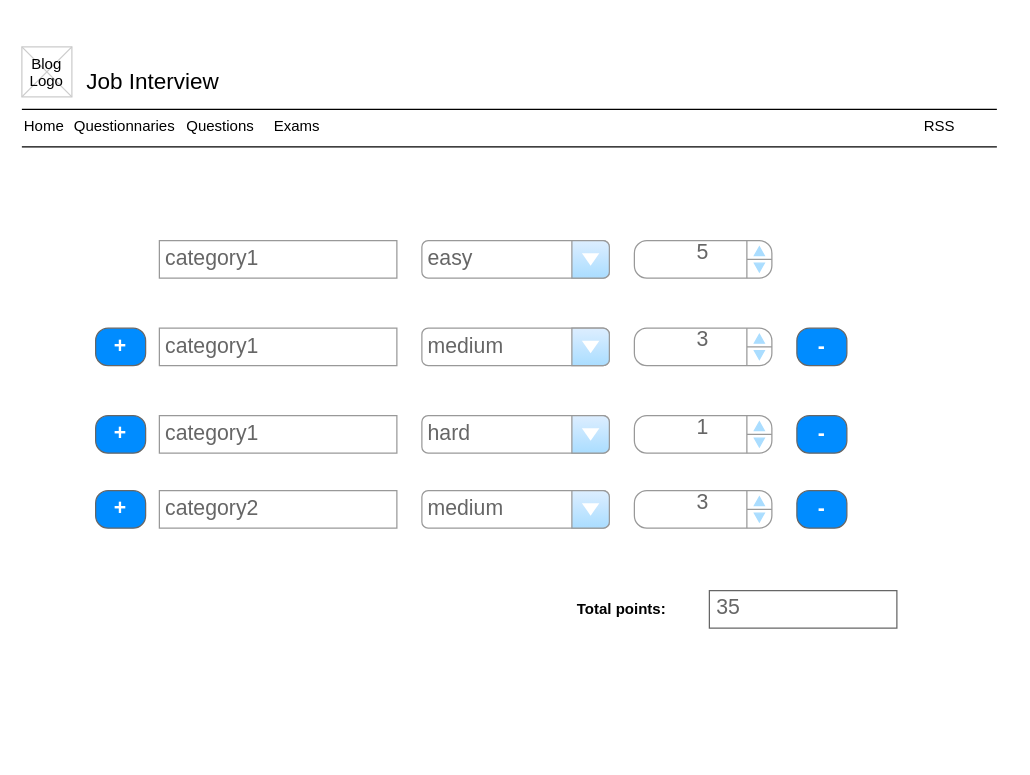
This is questionnaire.drawio from marina-bozic/s3-terraform, a draw.io file, before an edit. Source tidied: cells renumbered, new cells numbered last; positions are measured from the earlier drawing's top-left corner, leaving out a move shared by most shapes. Both pictures are drawn from the tidied source at 125%, with x=0, y=0 at pixel (21, 46).
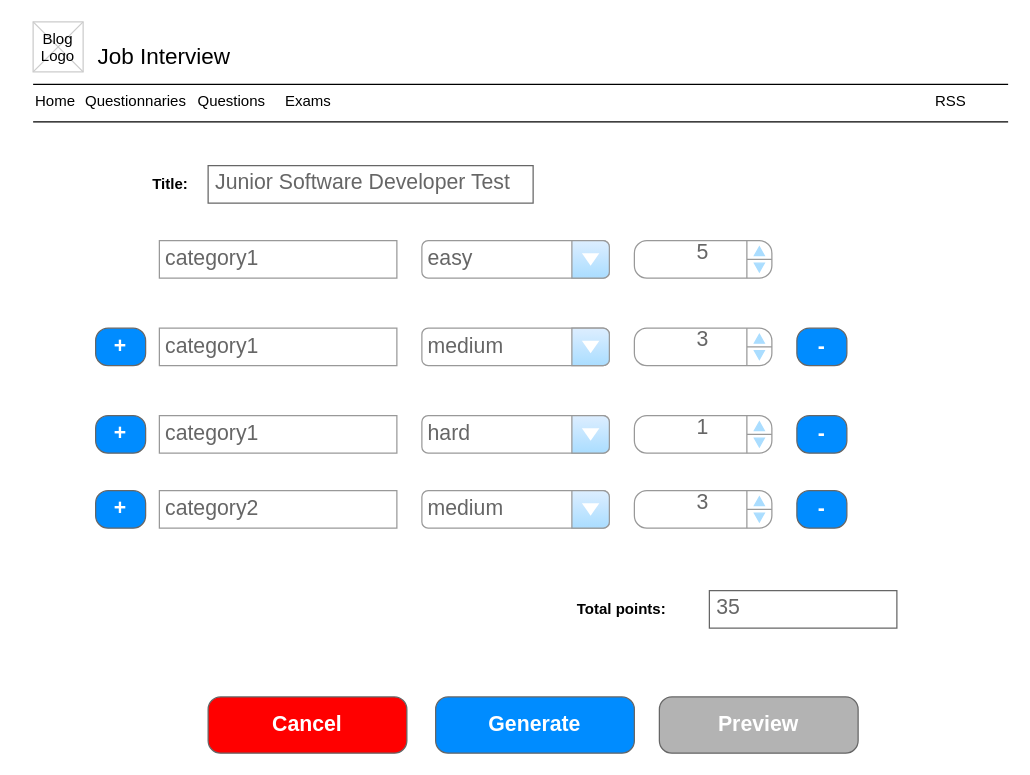
The same page after the edit.

What changed in the source:
```diff
@@
     <mxCell id="2" value="Job Interview" style="text;spacingTop=-5;fontSize=18;fontStyle=0;" parent="1" vertex="1">
-      <mxGeometry x="50" y="15" width="230" height="20" as="geometry" />
+      <mxGeometry x="59" y="-5" width="230" height="20" as="geometry" />
     </mxCell>
     <mxCell id="3" style="line;strokeWidth=1;" parent="1" vertex="1">
-      <mxGeometry y="45" width="780" height="10" as="geometry" />
+      <mxGeometry x="9" y="25" width="780" height="10" as="geometry" />
     </mxCell>
     <mxCell id="4" style="line;strokeWidth=1;" parent="1" vertex="1">
-      <mxGeometry y="75" width="780" height="10" as="geometry" />
+      <mxGeometry x="9" y="55" width="780" height="10" as="geometry" />
     </mxCell>
     <mxCell id="5" value="Home" style="text;spacingTop=-5;" parent="1" vertex="1">
-      <mxGeometry y="55" width="30" height="20" as="geometry" />
+      <mxGeometry x="9" y="35" width="30" height="20" as="geometry" />
     </mxCell>
     <mxCell id="6" value="Questionnaries" style="text;spacingTop=-5;" parent="1" vertex="1">
-      <mxGeometry x="40" y="55" width="30" height="20" as="geometry" />
+      <mxGeometry x="49" y="35" width="30" height="20" as="geometry" />
     </mxCell>
     <mxCell id="7" value="RSS" style="text;spacingTop=-5;" parent="1" vertex="1">
-      <mxGeometry x="720" y="55" width="30" height="20" as="geometry" />
+      <mxGeometry x="729" y="35" width="30" height="20" as="geometry" />
     </mxCell>
     <mxCell id="8" style="verticalLabelPosition=bottom;verticalAlign=top;strokeWidth=1;shape=mxgraph.mockup.graphics.iconGrid;strokeColor=#CCCCCC;gridSize=1,1;" parent="1" vertex="1">
-      <mxGeometry width="40" height="40" as="geometry" />
+      <mxGeometry x="9" y="-20" width="40" height="40" as="geometry" />
     </mxCell>
     <mxCell id="9" value="Blog &#10;Logo" style="text;spacingTop=-5;align=center;" parent="1" vertex="1">
-      <mxGeometry y="5" width="40" height="40" as="geometry" />
+      <mxGeometry x="9" y="-15" width="40" height="40" as="geometry" />
     </mxCell>
     <mxCell id="10" value="Questions" style="text;spacingTop=-5;" parent="1" vertex="1">
-      <mxGeometry x="130" y="55" width="30" height="20" as="geometry" />
+      <mxGeometry x="139" y="35" width="30" height="20" as="geometry" />
     </mxCell>
     <mxCell id="11" value="Exams" style="text;spacingTop=-5;" parent="1" vertex="1">
-      <mxGeometry x="200" y="55" width="30" height="20" as="geometry" />
+      <mxGeometry x="209" y="35" width="30" height="20" as="geometry" />
     </mxCell>
@@
+    <mxCell id="32" value="Junior Software Developer Test" style="strokeWidth=1;shadow=0;dashed=0;align=center;html=1;shape=mxgraph.mockup.text.textBox;fontColor=#666666;align=left;fontSize=17;spacingLeft=4;spacingTop=-3;strokeColor=#666666;mainText=;" parent="1" vertex="1">
+      <mxGeometry x="149" y="95" width="260" height="30" as="geometry" />
+    </mxCell>
+    <mxCell id="33" value="&lt;b&gt;Title:&lt;/b&gt;" style="text;html=1;strokeColor=none;fillColor=none;align=center;verticalAlign=middle;whiteSpace=wrap;rounded=0;" parent="1" vertex="1">
+      <mxGeometry x="79" y="95" width="80" height="30" as="geometry" />
+    </mxCell>
+    <mxCell id="34" value="Preview" style="strokeWidth=1;shadow=0;dashed=0;align=center;html=1;shape=mxgraph.mockup.buttons.button;strokeColor=#666666;fontColor=#ffffff;mainText=;buttonStyle=round;fontSize=17;fontStyle=1;fillColor=#B3B3B3;whiteSpace=wrap;" parent="1" vertex="1">
+      <mxGeometry x="510" y="520" width="159" height="45" as="geometry" />
+    </mxCell>
+    <mxCell id="35" value="Generate" style="strokeWidth=1;shadow=0;dashed=0;align=center;html=1;shape=mxgraph.mockup.buttons.button;strokeColor=#666666;fontColor=#ffffff;mainText=;buttonStyle=round;fontSize=17;fontStyle=1;fillColor=#008cff;whiteSpace=wrap;" parent="1" vertex="1">
+      <mxGeometry x="331" y="520" width="159" height="45" as="geometry" />
+    </mxCell>
+    <mxCell id="36" value="Cancel" style="strokeWidth=1;shadow=0;dashed=0;align=center;html=1;shape=mxgraph.mockup.buttons.button;strokeColor=#666666;fontColor=#ffffff;mainText=;buttonStyle=round;fontSize=17;fontStyle=1;fillColor=#FF0000;whiteSpace=wrap;" parent="1" vertex="1">
+      <mxGeometry x="149" y="520" width="159" height="45" as="geometry" />
+    </mxCell>
```
